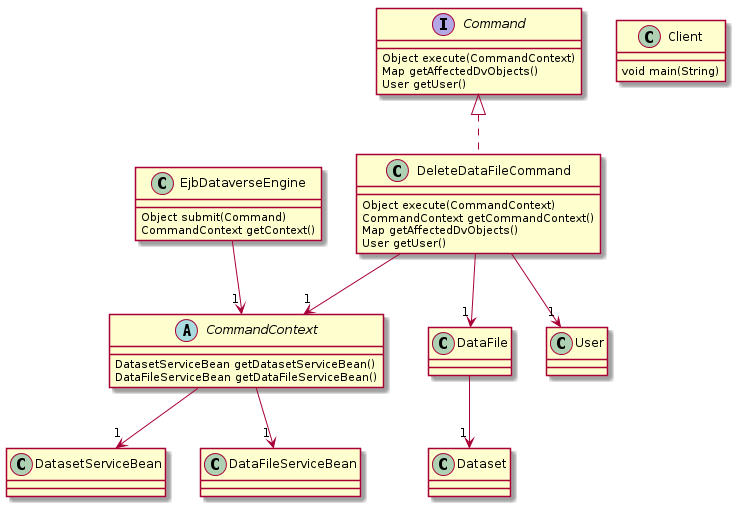
Before: images/dataverse-classes.png, a diagram exported from PlantUML (IQSS/javaone2014-bof5619). The source it was exported from:
```plantuml
@startuml


abstract CommandContext
class DatasetServiceBean
class DataFile
interface Command
class EjbDataverseEngine
class Client
class DeleteDataFileCommand
class DataFileServiceBean
class Dataset
class User


Client : void main(String)

Command : Object execute(CommandContext)
Command : Map getAffectedDvObjects()
Command : User getUser()

EjbDataverseEngine --> "1" CommandContext
EjbDataverseEngine : Object submit(Command)
EjbDataverseEngine : CommandContext getContext()



DataFile --> "1" Dataset

CommandContext --> "1" DatasetServiceBean
CommandContext --> "1" DataFileServiceBean
CommandContext : DatasetServiceBean getDatasetServiceBean()
CommandContext : DataFileServiceBean getDataFileServiceBean()

Command <|.. DeleteDataFileCommand
DeleteDataFileCommand --> "1" User
DeleteDataFileCommand --> "1" DataFile
DeleteDataFileCommand --> "1" CommandContext
DeleteDataFileCommand : Object execute(CommandContext)
DeleteDataFileCommand : CommandContext getCommandContext()
DeleteDataFileCommand : Map getAffectedDvObjects()
DeleteDataFileCommand : User getUser()



@enduml
```
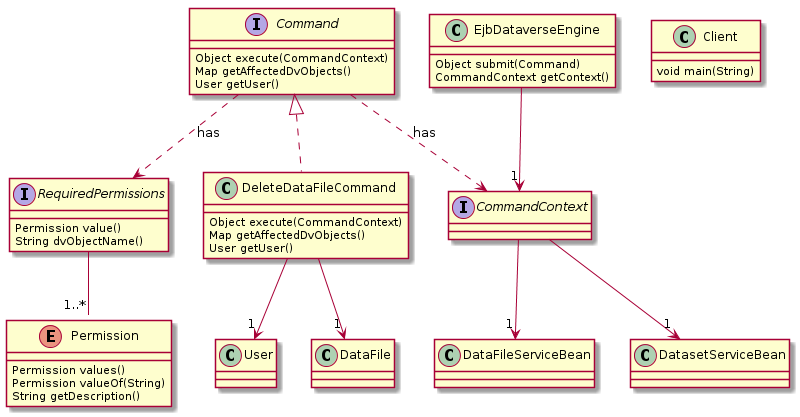
After the commit.

Commit message:
add RequiredPermissions to diagram and other cleanup

Change to the diagram source:
```diff
@@ -1,46 +1,51 @@
 @startuml
 
 
-abstract CommandContext
+interface CommandContext
 class DatasetServiceBean
+enum Permission
 class DataFile
+interface RequiredPermissions
 interface Command
 class EjbDataverseEngine
 class Client
 class DeleteDataFileCommand
 class DataFileServiceBean
-class Dataset
 class User
+
+CommandContext  --> "1" DatasetServiceBean
+CommandContext  --> "1" DataFileServiceBean
+RequiredPermissions  -- "1..*" Permission
+Command  ..>  RequiredPermissions:has
+Command  ..>  CommandContext:has
+
+Command : Object execute(CommandContext)
+Command : Map getAffectedDvObjects()
+Command : User getUser()
+
+RequiredPermissions : Permission value()
+RequiredPermissions : String dvObjectName()
+
+Permission : Permission values()
+Permission : Permission valueOf(String)
+Permission : String getDescription()
+
+
 
 
 Client : void main(String)
 
-Command : Object execute(CommandContext)
-Command : Map getAffectedDvObjects()
-Command : User getUser()
 
 EjbDataverseEngine --> "1" CommandContext
 EjbDataverseEngine : Object submit(Command)
 EjbDataverseEngine : CommandContext getContext()
 
 
-
-DataFile --> "1" Dataset
-
-CommandContext --> "1" DatasetServiceBean
-CommandContext --> "1" DataFileServiceBean
-CommandContext : DatasetServiceBean getDatasetServiceBean()
-CommandContext : DataFileServiceBean getDataFileServiceBean()
-
 Command <|.. DeleteDataFileCommand
 DeleteDataFileCommand --> "1" User
 DeleteDataFileCommand --> "1" DataFile
-DeleteDataFileCommand --> "1" CommandContext
 DeleteDataFileCommand : Object execute(CommandContext)
-DeleteDataFileCommand : CommandContext getCommandContext()
 DeleteDataFileCommand : Map getAffectedDvObjects()
 DeleteDataFileCommand : User getUser()
 
-
-
 @enduml
```
